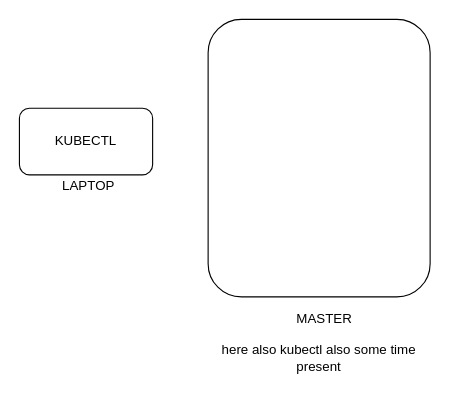
The draw.io diagram kuberent@8.drawio in ashisnishanka/kubernet, before the edit. Source tidied: cells renumbered, new cells numbered last; positions are measured from the earlier drawing's top-left corner, leaving out a move shared by most shapes. Both pictures are drawn from the tidied source at 111%, with x=0, y=0 at pixel (19, 19).
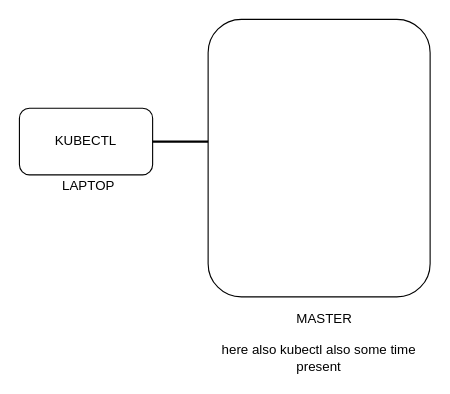
The same diagram, later.

Diff of the diagram source:
```diff
@@
 <mxGraphModel>
   <root>
     <mxCell id="0" />
     <mxCell id="1" parent="0" />
     <mxCell id="2" value="KUBECTL" style="rounded=1;whiteSpace=wrap;html=1;" parent="1" vertex="1">
       <mxGeometry y="80" width="120" height="60" as="geometry" />
     </mxCell>
     <mxCell id="3" value="LAPTOP" style="text;html=1;strokeColor=none;fillColor=none;align=center;verticalAlign=middle;whiteSpace=wrap;rounded=0;" parent="1" vertex="1">
       <mxGeometry x="35" y="140" width="55" height="20" as="geometry" />
     </mxCell>
     <mxCell id="4" style="rounded=1;whiteSpace=wrap;html=1;" parent="1" vertex="1">
       <mxGeometry x="170" width="200" height="250" as="geometry" />
     </mxCell>
     <mxCell id="5" value="MASTER" style="text;html=1;strokeColor=none;fillColor=none;align=center;verticalAlign=middle;whiteSpace=wrap;rounded=0;" parent="1" vertex="1">
       <mxGeometry x="250" y="260" width="50" height="20" as="geometry" />
     </mxCell>
     <mxCell id="6" value="here also kubectl also some time present" style="text;html=1;strokeColor=none;fillColor=none;align=center;verticalAlign=middle;whiteSpace=wrap;rounded=0;" parent="1" vertex="1">
       <mxGeometry x="180" y="290" width="180" height="30" as="geometry" />
     </mxCell>
+    <mxCell id="7" style="line;strokeWidth=2;html=1;" parent="1" vertex="1">
+      <mxGeometry x="120" y="105" width="50" height="10" as="geometry" />
+    </mxCell>
   </root>
 </mxGraphModel>
```
